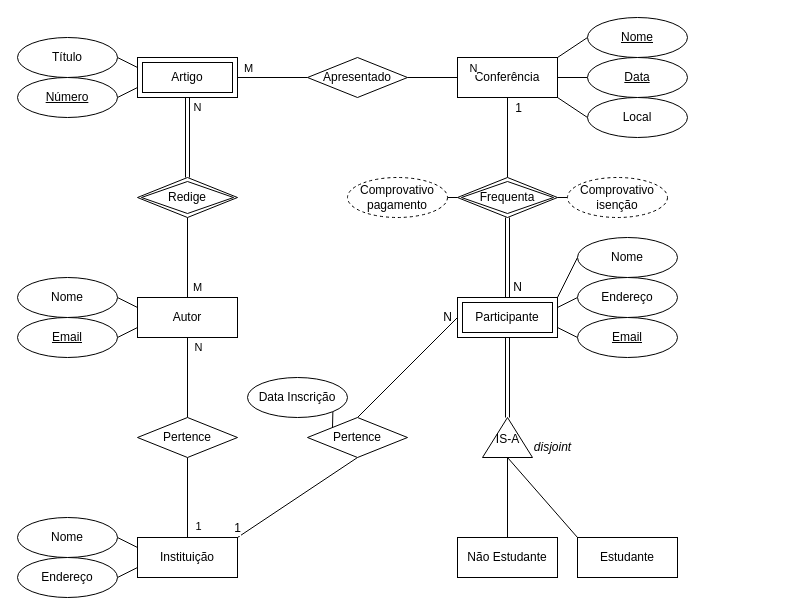
Before: page "2.3" (3 of 3) of P/P02/P2.drawio in RafaelCurado/BD-1, a draw.io diagram. Source tidied: cells renumbered, new cells numbered last; positions are measured from the earlier drawing's top-left corner, leaving out a move shared by most shapes. Both pictures are drawn from the tidied source at 100%, with x=0, y=0 at pixel (17, 17).
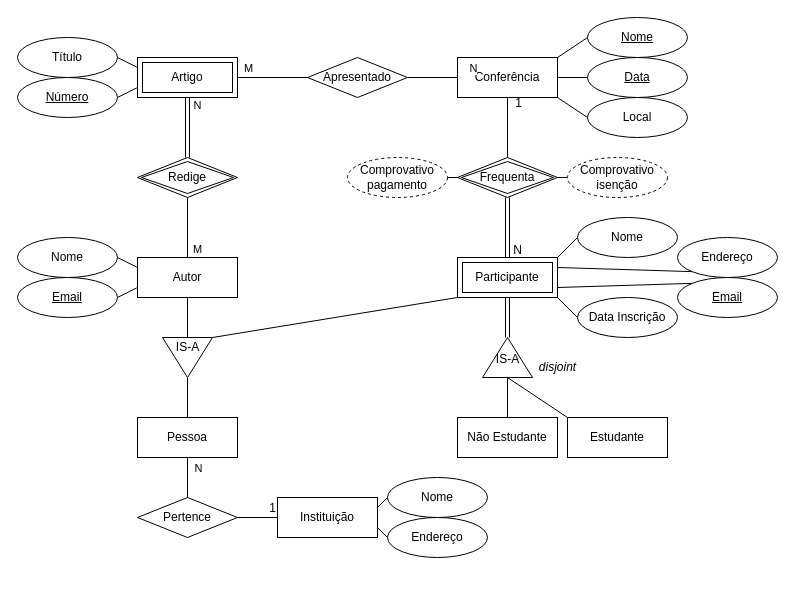
The same diagram, later.

Diff of the diagram source:
```diff
@@
-    <mxCell id="10" style="edgeStyle=none;rounded=0;jettySize=auto;html=1;exitX=0.5;exitY=1;exitDx=0;exitDy=0;entryX=0.5;entryY=0;entryDx=0;entryDy=0;endArrow=none;endFill=0;" parent="1" edge="1" source="12" target="29">
+    <mxCell id="10" style="edgeStyle=none;rounded=0;jettySize=auto;html=1;exitX=0.5;exitY=1;exitDx=0;exitDy=0;entryX=0.5;entryY=0;entryDx=0;entryDy=0;endArrow=none;endFill=0;" parent="1" edge="1" source="68" target="63">
       <mxGeometry relative="1" as="geometry" />
     </mxCell>
     <mxCell id="11" value="N" style="edgeLabel;html=1;align=center;verticalAlign=middle;" parent="10" vertex="1">
       <mxGeometry x="-0.51" y="-1" relative="1" as="geometry">
-        <mxPoint x="11" y="-11" as="offset" />
+        <mxPoint x="11" as="offset" />
       </mxGeometry>
     </mxCell>
     <mxCell id="12" value="Autor" style="whiteSpace=wrap;html=1;align=center;" parent="1" vertex="1">
-      <mxGeometry x="120" y="280" width="100" height="40" as="geometry" />
+      <mxGeometry x="120" y="240" width="100" height="40" as="geometry" />
     </mxCell>
@@
     <mxCell id="18" value="Nome" style="ellipse;whiteSpace=wrap;html=1;align=center;" parent="1" vertex="1">
-      <mxGeometry y="260" width="100" height="40" as="geometry" />
+      <mxGeometry y="220" width="100" height="40" as="geometry" />
     </mxCell>
@@
     <mxCell id="20" value="&lt;u&gt;Email&lt;/u&gt;" style="ellipse;whiteSpace=wrap;html=1;align=center;" parent="1" vertex="1">
-      <mxGeometry y="300" width="100" height="40" as="geometry" />
+      <mxGeometry y="260" width="100" height="40" as="geometry" />
     </mxCell>
     <mxCell id="21" value="Redige" style="shape=rhombus;double=1;perimeter=rhombusPerimeter;whiteSpace=wrap;html=1;align=center;" parent="1" vertex="1">
-      <mxGeometry x="120" y="160" width="100" height="40" as="geometry" />
+      <mxGeometry x="120" y="140" width="100" height="40" as="geometry" />
     </mxCell>
-    <mxCell id="22" style="edgeStyle=none;rounded=0;jettySize=auto;html=1;exitX=0;exitY=0.25;exitDx=0;exitDy=0;entryX=1;entryY=0.5;entryDx=0;entryDy=0;endArrow=none;endFill=0;" parent="1" edge="1" source="26" target="27">
+    <mxCell id="22" style="edgeStyle=none;rounded=0;jettySize=auto;html=1;exitX=1;exitY=0.25;exitDx=0;exitDy=0;entryX=0;entryY=0.5;entryDx=0;entryDy=0;endArrow=none;endFill=0;" parent="1" edge="1" source="26" target="27">
       <mxGeometry relative="1" as="geometry" />
     </mxCell>
-    <mxCell id="23" style="edgeStyle=none;rounded=0;jettySize=auto;html=1;exitX=0;exitY=0.75;exitDx=0;exitDy=0;entryX=1;entryY=0.5;entryDx=0;entryDy=0;endArrow=none;endFill=0;" parent="1" edge="1" source="26" target="28">
+    <mxCell id="23" style="edgeStyle=none;rounded=0;jettySize=auto;html=1;exitX=1;exitY=0.75;exitDx=0;exitDy=0;entryX=0;entryY=0.5;entryDx=0;entryDy=0;endArrow=none;endFill=0;" parent="1" edge="1" source="26" target="28">
       <mxGeometry relative="1" as="geometry" />
     </mxCell>
-    <mxCell id="24" style="edgeStyle=none;rounded=0;jettySize=auto;html=1;endArrow=none;endFill=0;entryX=0.5;entryY=1;entryDx=0;entryDy=0;exitX=0.5;exitY=0;exitDx=0;exitDy=0;" parent="1" edge="1" source="26" target="29">
-      <mxGeometry relative="1" as="geometry" />
-    </mxCell>
-    <mxCell id="25" value="1" style="edgeLabel;html=1;align=center;verticalAlign=middle;" parent="24" vertex="1">
-      <mxGeometry x="-0.7" y="1" relative="1" as="geometry">
-        <mxPoint x="11" as="offset" />
-      </mxGeometry>
-    </mxCell>
     <mxCell id="26" value="Instituição" style="whiteSpace=wrap;html=1;align=center;" parent="1" vertex="1">
-      <mxGeometry x="120" y="520" width="100" height="40" as="geometry" />
+      <mxGeometry x="260" y="480" width="100" height="40" as="geometry" />
     </mxCell>
     <mxCell id="27" value="Nome" style="ellipse;whiteSpace=wrap;html=1;align=center;" parent="1" vertex="1">
-      <mxGeometry y="500" width="100" height="40" as="geometry" />
+      <mxGeometry x="370" y="460" width="100" height="40" as="geometry" />
     </mxCell>
     <mxCell id="28" value="Endereço" style="ellipse;whiteSpace=wrap;html=1;align=center;" parent="1" vertex="1">
-      <mxGeometry y="540" width="100" height="40" as="geometry" />
+      <mxGeometry x="370" y="500" width="100" height="40" as="geometry" />
     </mxCell>
-    <mxCell id="29" value="Pertence" style="shape=rhombus;perimeter=rhombusPerimeter;whiteSpace=wrap;html=1;align=center;" parent="1" vertex="1">
-      <mxGeometry x="120" y="400" width="100" height="40" as="geometry" />
-    </mxCell>
@@
     <mxCell id="39" value="&lt;i&gt;disjoint&lt;/i&gt;" style="text;html=1;align=center;verticalAlign=middle;strokeColor=none;fillColor=none;" parent="1" vertex="1">
-      <mxGeometry x="510" y="420" width="50" height="20" as="geometry" />
+      <mxGeometry x="515" y="340" width="50" height="20" as="geometry" />
     </mxCell>
     <mxCell id="40" value="Estudante" style="whiteSpace=wrap;html=1;align=center;" parent="1" vertex="1">
-      <mxGeometry x="560" y="520" width="100" height="40" as="geometry" />
+      <mxGeometry x="550" y="400" width="100" height="40" as="geometry" />
     </mxCell>
     <mxCell id="41" value="Não Estudante" style="whiteSpace=wrap;html=1;align=center;" parent="1" vertex="1">
-      <mxGeometry x="440" y="520" width="100" height="40" as="geometry" />
+      <mxGeometry x="440" y="400" width="100" height="40" as="geometry" />
     </mxCell>
@@
     <mxCell id="44" value="Frequenta" style="shape=rhombus;double=1;perimeter=rhombusPerimeter;whiteSpace=wrap;html=1;align=center;" parent="1" vertex="1">
-      <mxGeometry x="440" y="160" width="100" height="40" as="geometry" />
+      <mxGeometry x="440" y="140" width="100" height="40" as="geometry" />
     </mxCell>
@@
-    <mxCell id="47" style="edgeStyle=none;rounded=0;jettySize=auto;html=1;exitX=1;exitY=0.25;exitDx=0;exitDy=0;entryX=0;entryY=0.5;entryDx=0;entryDy=0;fontSize=12;endArrow=none;endFill=0;" parent="1" edge="1" source="51" target="59">
+    <mxCell id="47" style="edgeStyle=none;rounded=0;jettySize=auto;html=1;exitX=1;exitY=0.25;exitDx=0;exitDy=0;entryX=0;entryY=1;entryDx=0;entryDy=0;fontSize=12;endArrow=none;endFill=0;" parent="1" edge="1" source="51" target="59">
       <mxGeometry relative="1" as="geometry" />
     </mxCell>
-    <mxCell id="48" style="edgeStyle=none;rounded=0;jettySize=auto;html=1;exitX=1;exitY=0.75;exitDx=0;exitDy=0;entryX=0;entryY=0.5;entryDx=0;entryDy=0;fontSize=12;endArrow=none;endFill=0;" parent="1" edge="1" source="51" target="60">
+    <mxCell id="48" style="edgeStyle=none;rounded=0;jettySize=auto;html=1;exitX=1;exitY=0.75;exitDx=0;exitDy=0;entryX=0;entryY=0;entryDx=0;entryDy=0;fontSize=12;endArrow=none;endFill=0;" parent="1" edge="1" source="51" target="60">
       <mxGeometry relative="1" as="geometry" />
     </mxCell>
-    <mxCell id="49" style="edgeStyle=none;rounded=0;jettySize=auto;html=1;exitX=0;exitY=0.5;exitDx=0;exitDy=0;entryX=0.5;entryY=0;entryDx=0;entryDy=0;fontSize=12;endArrow=none;endFill=0;" parent="1" edge="1" source="51" target="63">
-      <mxGeometry relative="1" as="geometry" />
-    </mxCell>
-    <mxCell id="50" value="N" style="edgeLabel;html=1;align=center;verticalAlign=middle;fontSize=12;labelBackgroundColor=none;" parent="49" vertex="1">
-      <mxGeometry x="-0.71" y="1" relative="1" as="geometry">
-        <mxPoint x="4" y="-16" as="offset" />
-      </mxGeometry>
-    </mxCell>
     <mxCell id="51" value="Participante" style="shape=ext;margin=3;double=1;whiteSpace=wrap;html=1;align=center;fontSize=12;" parent="1" vertex="1">
-      <mxGeometry x="440" y="280" width="100" height="40" as="geometry" />
+      <mxGeometry x="440" y="240" width="100" height="40" as="geometry" />
     </mxCell>
@@
     <mxCell id="53" value="Comprovativo&lt;br&gt;pagamento" style="ellipse;whiteSpace=wrap;html=1;align=center;dashed=1;fontSize=12;" parent="1" vertex="1">
-      <mxGeometry x="330" y="160" width="100" height="40" as="geometry" />
+      <mxGeometry x="330" y="140" width="100" height="40" as="geometry" />
     </mxCell>
     <mxCell id="54" value="Comprovativo&lt;br&gt;isenção" style="ellipse;whiteSpace=wrap;html=1;align=center;dashed=1;fontSize=12;" parent="1" vertex="1">
-      <mxGeometry x="550" y="160" width="100" height="40" as="geometry" />
+      <mxGeometry x="550" y="140" width="100" height="40" as="geometry" />
     </mxCell>
@@
     <mxCell id="57" value="IS-A" style="verticalLabelPosition=bottom;verticalAlign=top;html=1;shape=mxgraph.basic.acute_triangle;dx=0.5;fontSize=12;spacing=-30;" parent="1" vertex="1">
-      <mxGeometry x="465" y="400" width="50" height="40" as="geometry" />
+      <mxGeometry x="465" y="320" width="50" height="40" as="geometry" />
     </mxCell>
     <mxCell id="58" value="Nome" style="ellipse;whiteSpace=wrap;html=1;align=center;" parent="1" vertex="1">
-      <mxGeometry x="560" y="220" width="100" height="40" as="geometry" />
+      <mxGeometry x="560" y="200" width="100" height="40" as="geometry" />
     </mxCell>
     <mxCell id="59" value="Endereço" style="ellipse;whiteSpace=wrap;html=1;align=center;" parent="1" vertex="1">
-      <mxGeometry x="560" y="260" width="100" height="40" as="geometry" />
+      <mxGeometry x="660" y="220" width="100" height="40" as="geometry" />
     </mxCell>
     <mxCell id="60" value="&lt;u&gt;Email&lt;/u&gt;" style="ellipse;whiteSpace=wrap;html=1;align=center;" parent="1" vertex="1">
-      <mxGeometry x="560" y="300" width="100" height="40" as="geometry" />
+      <mxGeometry x="660" y="260" width="100" height="40" as="geometry" />
     </mxCell>
-    <mxCell id="61" style="edgeStyle=none;rounded=0;jettySize=auto;html=1;exitX=0.5;exitY=1;exitDx=0;exitDy=0;entryX=1;entryY=0;entryDx=0;entryDy=0;fontSize=12;endArrow=none;endFill=0;" parent="1" edge="1" source="63" target="26">
+    <mxCell id="61" style="edgeStyle=none;rounded=0;jettySize=auto;html=1;exitX=1;exitY=0.5;exitDx=0;exitDy=0;entryX=0;entryY=0.5;entryDx=0;entryDy=0;fontSize=12;endArrow=none;endFill=0;" parent="1" edge="1" source="63" target="26">
       <mxGeometry relative="1" as="geometry" />
     </mxCell>
     <mxCell id="62" value="1" style="edgeLabel;html=1;align=center;verticalAlign=middle;fontSize=12;" parent="61" vertex="1">
       <mxGeometry x="0.62" y="-2" relative="1" as="geometry">
-        <mxPoint x="-22" y="7" as="offset" />
+        <mxPoint x="2" y="-12" as="offset" />
       </mxGeometry>
     </mxCell>
     <mxCell id="63" value="Pertence" style="shape=rhombus;perimeter=rhombusPerimeter;whiteSpace=wrap;html=1;align=center;" parent="1" vertex="1">
-      <mxGeometry x="290" y="400" width="100" height="40" as="geometry" />
+      <mxGeometry x="120" y="480" width="100" height="40" as="geometry" />
     </mxCell>
@@
-    <mxCell id="65" style="edgeStyle=none;rounded=0;jettySize=auto;html=1;exitX=1;exitY=1;exitDx=0;exitDy=0;entryX=0;entryY=0;entryDx=0;entryDy=0;fontSize=12;endArrow=none;endFill=0;" parent="1" edge="1" source="66" target="63">
+    <mxCell id="65" style="edgeStyle=none;rounded=0;jettySize=auto;html=1;exitX=0;exitY=0.5;exitDx=0;exitDy=0;entryX=1;entryY=1;entryDx=0;entryDy=0;fontSize=12;endArrow=none;endFill=0;" parent="1" edge="1" source="66" target="51">
       <mxGeometry relative="1" as="geometry" />
     </mxCell>
     <mxCell id="66" value="Data Inscrição" style="ellipse;whiteSpace=wrap;html=1;align=center;labelBackgroundColor=none;fontSize=12;" parent="1" vertex="1">
-      <mxGeometry x="230" y="360" width="100" height="40" as="geometry" />
+      <mxGeometry x="560" y="280" width="100" height="40" as="geometry" />
     </mxCell>
+    <mxCell id="67" style="edgeStyle=none;rounded=0;jettySize=auto;html=1;exitX=0.5;exitY=0;exitDx=0;exitDy=0;entryX=0;entryY=0;entryDx=25;entryDy=0;entryPerimeter=0;fontSize=12;endArrow=none;endFill=0;" parent="1" edge="1" source="68" target="71">
+      <mxGeometry relative="1" as="geometry" />
+    </mxCell>
+    <mxCell id="68" value="Pessoa" style="whiteSpace=wrap;html=1;align=center;labelBackgroundColor=none;fontSize=12;" parent="1" vertex="1">
+      <mxGeometry x="120" y="400" width="100" height="40" as="geometry" />
+    </mxCell>
+    <mxCell id="69" style="edgeStyle=none;rounded=0;jettySize=auto;html=1;exitX=0.5;exitY=1;exitDx=0;exitDy=0;exitPerimeter=0;entryX=0.5;entryY=1;entryDx=0;entryDy=0;fontSize=12;endArrow=none;endFill=0;" parent="1" edge="1" source="71" target="12">
+      <mxGeometry relative="1" as="geometry" />
+    </mxCell>
+    <mxCell id="70" style="edgeStyle=none;rounded=0;jettySize=auto;html=1;exitX=0;exitY=1;exitDx=0;exitDy=0;exitPerimeter=0;entryX=0;entryY=1;entryDx=0;entryDy=0;fontSize=12;endArrow=none;endFill=0;" parent="1" edge="1" source="71" target="51">
+      <mxGeometry relative="1" as="geometry" />
+    </mxCell>
+    <mxCell id="71" style="verticalLabelPosition=bottom;verticalAlign=top;html=1;shape=mxgraph.basic.acute_triangle;dx=0.5;fontSize=12;spacing=-30;rotation=-180;" parent="1" vertex="1">
+      <mxGeometry x="145" y="320" width="50" height="40" as="geometry" />
+    </mxCell>
+    <mxCell id="72" value="IS-A" style="text;html=1;align=center;verticalAlign=middle;strokeColor=none;fillColor=none;fontSize=12;" parent="1" vertex="1">
+      <mxGeometry x="150" y="320" width="40" height="20" as="geometry" />
+    </mxCell>
```
